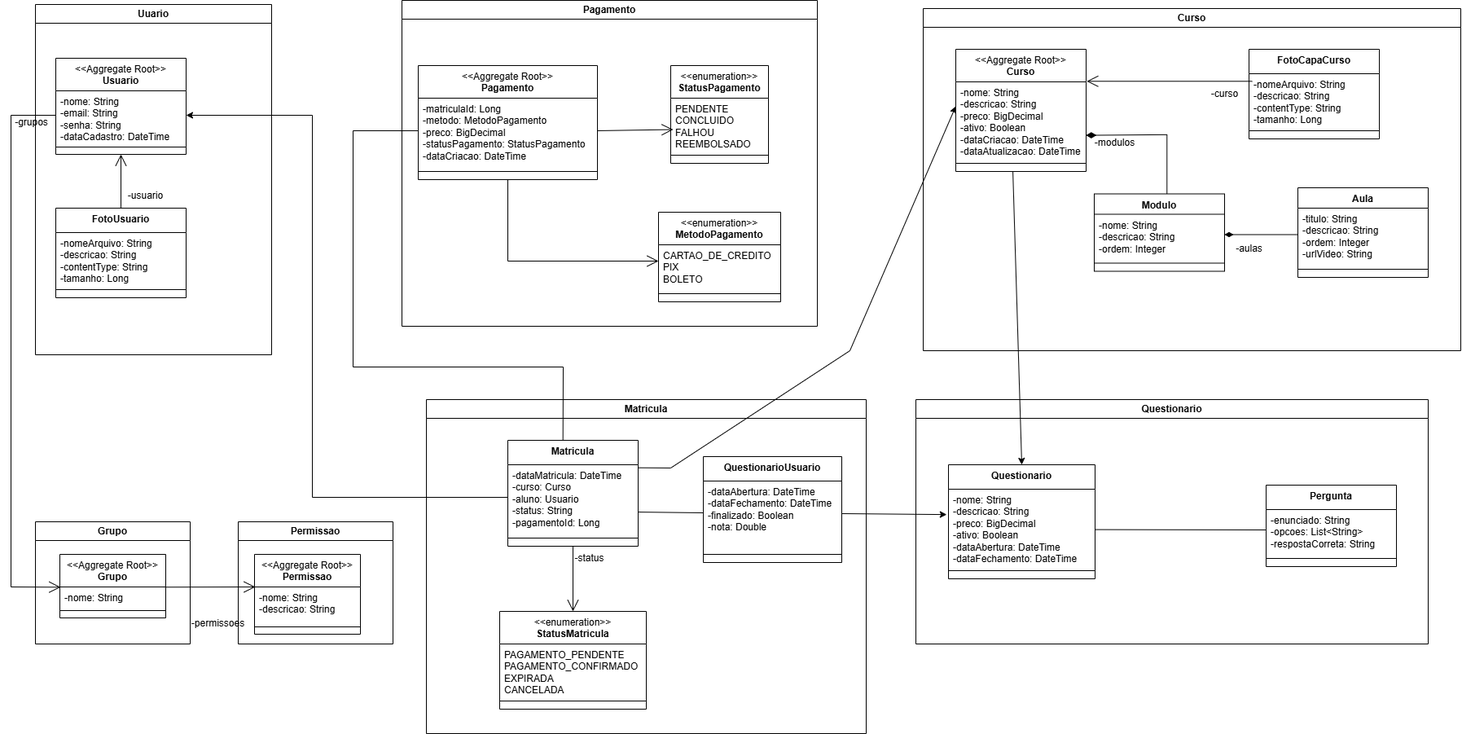
This is assets/diagrama-de-classe-paltaforma.png from JuniorLicassali/plataforma-ead, a draw.io export, as it was before one commit. Source tidied: cells renumbered, new cells last; positions are measured from the earlier drawing's top-left corner, leaving out a move shared by most shapes.
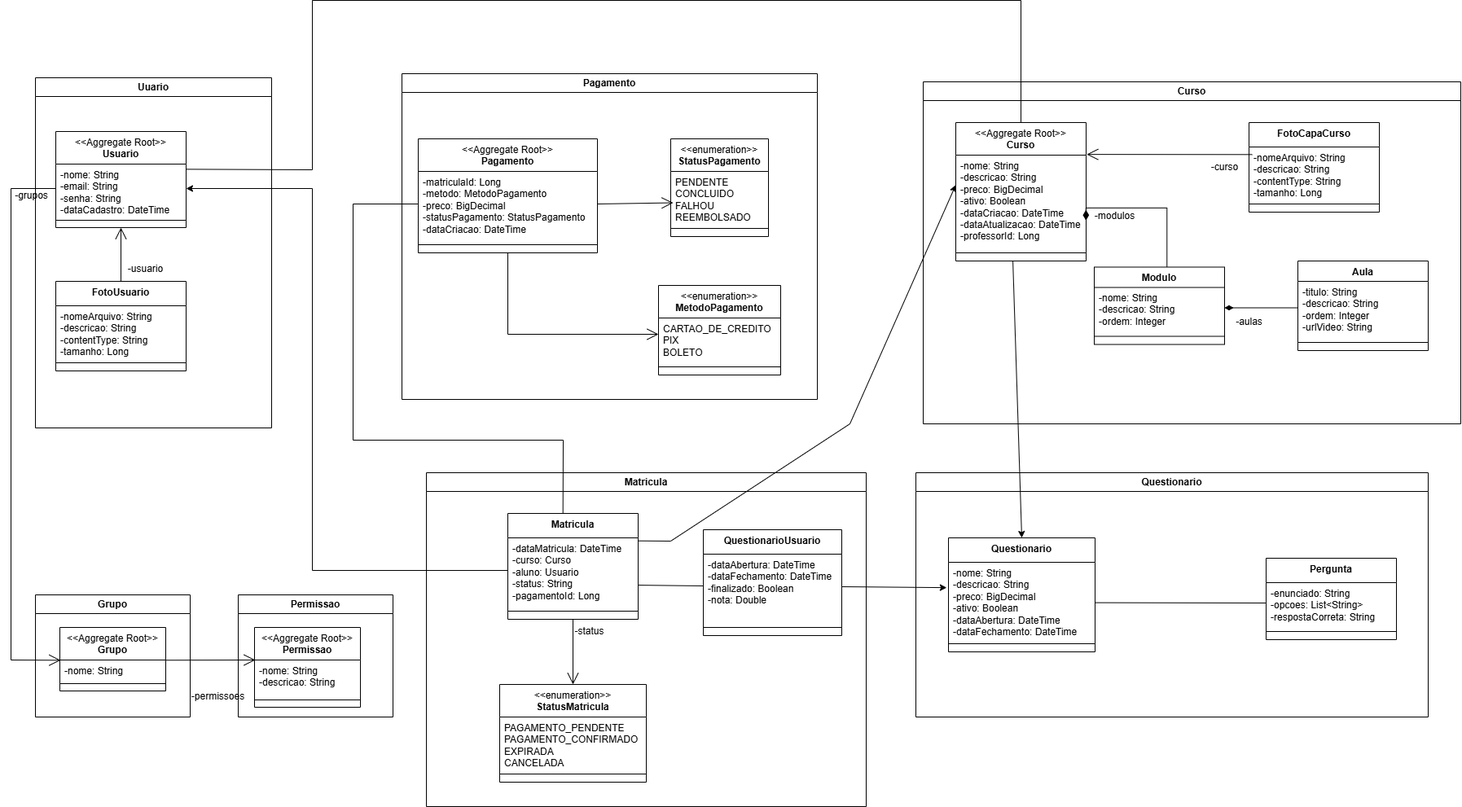
Later version of the same file.

Change to the diagram source:
```diff
@@ -76,13 +76,13 @@
       <mxGeometry x="1125" y="10" width="660" height="420" as="geometry" />
     </mxCell>
     <mxCell id="24" value="&lt;span style=&quot;font-weight: normal;&quot;&gt;&amp;lt;&amp;lt;Aggregate Root&amp;gt;&amp;gt;&lt;/span&gt;&lt;div&gt;Curso&lt;/div&gt;" style="swimlane;fontStyle=1;align=center;verticalAlign=top;horizontal=1;startSize=40;whiteSpace=wrap;html=1;" parent="23" vertex="1">
-      <mxGeometry x="40" y="50" width="160" height="150" as="geometry" />
+      <mxGeometry x="40" y="50" width="160" height="170" as="geometry" />
     </mxCell>
-    <mxCell id="25" value="-nome: String&lt;div&gt;-descricao: String&lt;br&gt;&lt;div&gt;-preco: BigDecimal&lt;/div&gt;&lt;/div&gt;&lt;div&gt;-ativo: Boolean&lt;/div&gt;&lt;div&gt;-dataCriacao: DateTime&lt;/div&gt;&lt;div&gt;-dataAtualizacao: DateTime&lt;/div&gt;" style="text;strokeColor=none;fillColor=none;align=left;verticalAlign=top;spacingLeft=4;spacingRight=4;overflow=hidden;points=[[0,0.5],[1,0.5]];portConstraint=eastwest;whiteSpace=wrap;html=1;" parent="24" vertex="1">
-      <mxGeometry y="40" width="160" height="90" as="geometry" />
+    <mxCell id="25" value="-nome: String&lt;div&gt;-descricao: String&lt;br&gt;&lt;div&gt;-preco: BigDecimal&lt;/div&gt;&lt;/div&gt;&lt;div&gt;-ativo: Boolean&lt;/div&gt;&lt;div&gt;-dataCriacao: DateTime&lt;/div&gt;&lt;div&gt;-dataAtualizacao: DateTime&lt;/div&gt;&lt;div&gt;-professorId: Long&lt;/div&gt;" style="text;strokeColor=none;fillColor=none;align=left;verticalAlign=top;spacingLeft=4;spacingRight=4;overflow=hidden;points=[[0,0.5],[1,0.5]];portConstraint=eastwest;whiteSpace=wrap;html=1;" parent="24" vertex="1">
+      <mxGeometry y="40" width="160" height="110" as="geometry" />
     </mxCell>
     <mxCell id="26" style="line;strokeWidth=1;fillColor=none;align=left;verticalAlign=middle;spacingTop=-1;spacingLeft=3;spacingRight=3;labelPosition=right;points=[];portConstraint=eastwest;strokeColor=inherit;" parent="24" vertex="1">
-      <mxGeometry y="130" width="160" height="20" as="geometry" />
+      <mxGeometry y="150" width="160" height="20" as="geometry" />
     </mxCell>
     <mxCell id="27" value="&lt;span style=&quot;background-color: transparent; color: light-dark(rgb(0, 0, 0), rgb(255, 255, 255));&quot;&gt;Modulo&lt;/span&gt;" style="swimlane;fontStyle=1;align=center;verticalAlign=top;horizontal=1;startSize=25;whiteSpace=wrap;html=1;" parent="23" vertex="1">
       <mxGeometry x="210" y="227.5" width="160" height="95" as="geometry" />
@@ -268,5 +268,14 @@
         </Array>
       </mxGeometry>
     </mxCell>
+    <mxCell id="80" style="endArrow=none;html=1;rounded=0;exitX=0.5;exitY=0;exitDx=0;exitDy=0;entryX=1;entryY=0.106;entryDx=0;entryDy=0;entryPerimeter=0;" parent="1" edge="1" source="24" target="4">
+      <mxGeometry relative="1" as="geometry">
+        <Array as="points">
+          <mxPoint x="1245" y="-90" />
+          <mxPoint x="375" y="-90" />
+          <mxPoint x="375" y="118" />
+        </Array>
+      </mxGeometry>
+    </mxCell>
   </root>
 </mxGraphModel>
```
